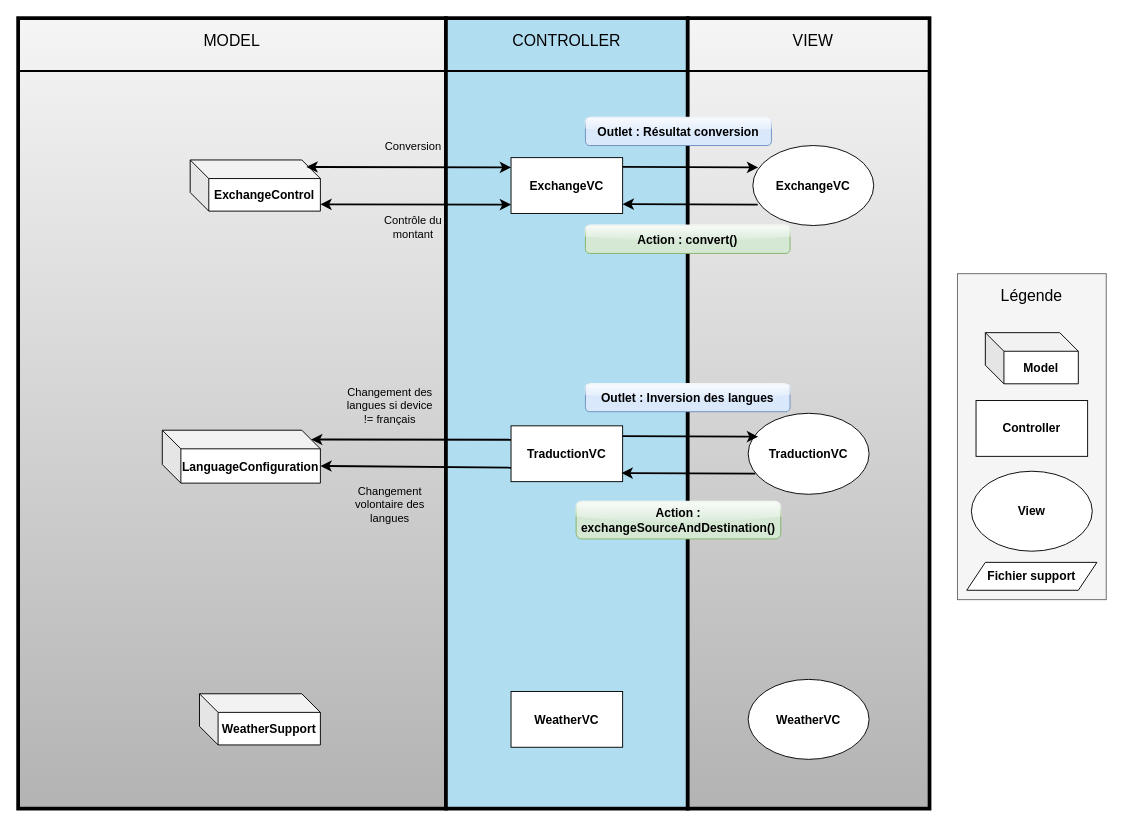
MickaeliOS/OpenClassrooms-P9-LeBaluchon keeps this draw.io diagram as Divers/structure_mvc_2.drawio. Above is the earlier version. Source tidied: cells renumbered, new cells numbered last; positions are measured from the earlier drawing's top-left corner, leaving out a move shared by most shapes. Both pictures are drawn from the tidied source at 93%, with x=0, y=0 at pixel (18, 18).
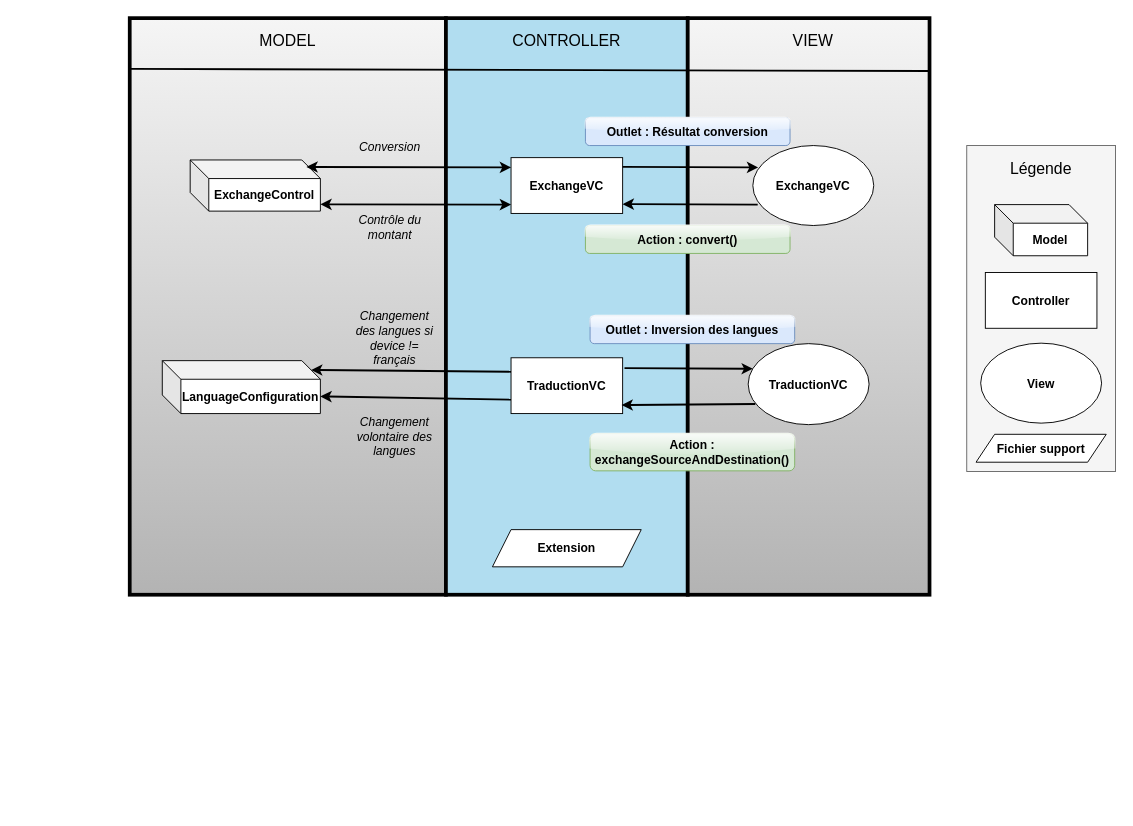
After the change.

Change to the diagram source:
```diff
@@
     <mxCell id="3" style="rounded=0;whiteSpace=wrap;html=1;strokeWidth=4;fillColor=#f5f5f5;strokeColor=#000000;shadow=0;sketch=0;glass=0;fillStyle=auto;fontColor=#333333;gradientColor=#B3B3B3;" parent="1" vertex="1">
-      <mxGeometry width="460" height="850" as="geometry" />
+      <mxGeometry x="120" width="340" height="620" as="geometry" />
     </mxCell>
     <mxCell id="4" style="rounded=0;whiteSpace=wrap;html=1;fillColor=#b1ddf0;strokeColor=default;strokeWidth=4;glass=0;" parent="1" vertex="1">
-      <mxGeometry x="460" width="260" height="850" as="geometry" />
+      <mxGeometry x="460" width="260" height="620" as="geometry" />
     </mxCell>
     <mxCell id="5" style="rounded=0;whiteSpace=wrap;html=1;strokeWidth=4;fillColor=#f5f5f5;strokeColor=#000000;glass=0;sketch=0;shadow=0;fontColor=#333333;gradientColor=#B3B3B3;" parent="1" vertex="1">
-      <mxGeometry x="720" width="260" height="850" as="geometry" />
+      <mxGeometry x="720" width="260" height="620" as="geometry" />
     </mxCell>
     <mxCell id="6" value="MODEL" style="text;html=1;strokeColor=none;fillColor=none;align=center;verticalAlign=middle;whiteSpace=wrap;rounded=0;strokeWidth=1;fontSize=17;" parent="1" vertex="1">
-      <mxGeometry x="200" y="10" width="60" height="30" as="geometry" />
+      <mxGeometry x="260" y="10" width="60" height="30" as="geometry" />
     </mxCell>
@@
-    <mxCell id="9" style="endArrow=none;html=1;rounded=0;strokeWidth=2;entryX=1;entryY=0.067;entryDx=0;entryDy=0;entryPerimeter=0;exitX=0;exitY=0.067;exitDx=0;exitDy=0;exitPerimeter=0;" parent="1" edge="1">
+    <mxCell id="9" style="endArrow=none;html=1;rounded=0;strokeWidth=2;entryX=1;entryY=0.067;entryDx=0;entryDy=0;entryPerimeter=0;exitX=-0.005;exitY=0.088;exitDx=0;exitDy=0;exitPerimeter=0;" parent="1" edge="1" source="3">
       <mxGeometry relative="1" as="geometry">
-        <mxPoint y="56.9" as="sourcePoint" />
         <mxPoint x="980" y="56.9" as="targetPoint" />
       </mxGeometry>
     </mxCell>
@@
     <mxCell id="11" value="TraductionVC" style="rounded=0;whiteSpace=wrap;html=1;fontStyle=1;fontSize=13;" parent="1" vertex="1">
-      <mxGeometry x="530" y="438.4" width="120" height="60" as="geometry" />
+      <mxGeometry x="530" y="365.2" width="120" height="60" as="geometry" />
     </mxCell>
-    <mxCell id="12" value="WeatherVC" style="rounded=0;whiteSpace=wrap;html=1;fontStyle=1;fontSize=13;" parent="1" vertex="1">
-      <mxGeometry x="530" y="724" width="120" height="60" as="geometry" />
-    </mxCell>
@@
     <mxCell id="14" value="TraductionVC" style="ellipse;whiteSpace=wrap;html=1;fontStyle=1;fontSize=13;" parent="1" vertex="1">
-      <mxGeometry x="785" y="424.9" width="130" height="87.1" as="geometry" />
+      <mxGeometry x="785" y="350" width="130" height="87.1" as="geometry" />
     </mxCell>
-    <mxCell id="15" value="WeatherVC" style="ellipse;whiteSpace=wrap;html=1;fontStyle=1;fontSize=13;" parent="1" vertex="1">
-      <mxGeometry x="785" y="711" width="130" height="86" as="geometry" />
-    </mxCell>
     <mxCell id="16" style="rounded=0;whiteSpace=wrap;html=1;shadow=0;glass=0;labelBackgroundColor=none;sketch=0;fillStyle=auto;strokeColor=#666666;strokeWidth=1;fontSize=13;fontColor=#333333;fillColor=#f5f5f5;" parent="1" vertex="1">
-      <mxGeometry x="1010" y="274.8" width="160" height="350.5" as="geometry" />
+      <mxGeometry x="1020" y="137" width="160" height="350.5" as="geometry" />
     </mxCell>
     <mxCell id="17" value="Model" style="shape=cube;whiteSpace=wrap;html=1;boundedLbl=1;backgroundOutline=1;darkOpacity=0.05;darkOpacity2=0.1;fontSize=13;fontStyle=1;" parent="1" vertex="1">
-      <mxGeometry x="1040" y="338.2" width="100" height="55" as="geometry" />
+      <mxGeometry x="1050" y="200.5" width="100" height="55" as="geometry" />
     </mxCell>
     <mxCell id="18" value="Controller" style="rounded=0;whiteSpace=wrap;html=1;fontSize=13;fontStyle=1;" parent="1" vertex="1">
-      <mxGeometry x="1030" y="411.2" width="120" height="60" as="geometry" />
+      <mxGeometry x="1040" y="273.5" width="120" height="60" as="geometry" />
     </mxCell>
     <mxCell id="19" value="View" style="ellipse;whiteSpace=wrap;html=1;fontSize=13;fontStyle=1;" parent="1" vertex="1">
-      <mxGeometry x="1025" y="487.2" width="130" height="86" as="geometry" />
+      <mxGeometry x="1035" y="349.5" width="130" height="86" as="geometry" />
     </mxCell>
     <mxCell id="20" value="Fichier support" style="shape=parallelogram;perimeter=parallelogramPerimeter;whiteSpace=wrap;html=1;fixedSize=1;fontSize=13;fontStyle=1;" parent="1" vertex="1">
-      <mxGeometry x="1020" y="585.2" width="140" height="30" as="geometry" />
+      <mxGeometry x="1030" y="447.5" width="140" height="30" as="geometry" />
     </mxCell>
     <mxCell id="21" value="Légende" style="text;html=1;strokeColor=none;fillColor=none;align=center;verticalAlign=middle;whiteSpace=wrap;rounded=0;shadow=0;glass=0;labelBackgroundColor=none;sketch=0;fillStyle=auto;strokeWidth=1;fontSize=17;fontColor=#000000;" parent="1" vertex="1">
-      <mxGeometry x="1060" y="285.2" width="60" height="30" as="geometry" />
+      <mxGeometry x="1070" y="147.5" width="60" height="30" as="geometry" />
     </mxCell>
@@
     <mxCell id="25" value="LanguageConfiguration" style="shape=cube;whiteSpace=wrap;html=1;boundedLbl=1;backgroundOutline=1;darkOpacity=0.05;darkOpacity2=0.1;fontSize=13;fontStyle=1;" parent="1" vertex="1">
-      <mxGeometry x="155" y="443.1" width="170" height="56.9" as="geometry" />
+      <mxGeometry x="155" y="368.3" width="170" height="56.9" as="geometry" />
     </mxCell>
-    <mxCell id="26" value="WeatherSupport" style="shape=cube;whiteSpace=wrap;html=1;boundedLbl=1;backgroundOutline=1;darkOpacity=0.05;darkOpacity2=0.1;fontSize=13;fontStyle=1;" parent="1" vertex="1">
-      <mxGeometry x="195" y="726.5" width="130" height="55" as="geometry" />
-    </mxCell>
@@
-    <mxCell id="32" value="Contrôle du montant" style="text;html=1;strokeColor=none;fillColor=none;align=center;verticalAlign=middle;whiteSpace=wrap;rounded=0;" parent="1" vertex="1">
-      <mxGeometry x="370" y="210" width="110" height="30" as="geometry" />
+    <mxCell id="32" value="Contrôle du montant" style="text;html=1;strokeColor=none;fillColor=none;align=center;verticalAlign=middle;whiteSpace=wrap;rounded=0;fontSize=13;fontStyle=2;" parent="1" vertex="1">
+      <mxGeometry x="345" y="210" width="110" height="30" as="geometry" />
     </mxCell>
-    <mxCell id="33" value="Conversion" style="text;html=1;strokeColor=none;fillColor=none;align=center;verticalAlign=middle;whiteSpace=wrap;rounded=0;" parent="1" vertex="1">
-      <mxGeometry x="370" y="122.5" width="110" height="30" as="geometry" />
+    <mxCell id="33" value="Conversion" style="text;html=1;strokeColor=none;fillColor=none;align=center;verticalAlign=middle;whiteSpace=wrap;rounded=0;fontSize=13;fontStyle=2;" parent="1" vertex="1">
+      <mxGeometry x="345" y="122.5" width="110" height="30" as="geometry" />
     </mxCell>
     <mxCell id="34" value="Outlet : Résultat conversion" style="text;html=1;strokeColor=#6c8ebf;fillColor=#dae8fc;align=center;verticalAlign=middle;whiteSpace=wrap;rounded=1;glass=1;fontSize=13;fontStyle=1;" parent="1" vertex="1">
-      <mxGeometry x="610" y="107" width="200" height="30" as="geometry" />
+      <mxGeometry x="610" y="107" width="220" height="30" as="geometry" />
     </mxCell>
@@
     <mxCell id="36" value="Action : exchangeSourceAndDestination()" style="text;html=1;strokeColor=#82b366;fillColor=#d5e8d4;align=center;verticalAlign=middle;whiteSpace=wrap;rounded=1;glass=1;fontSize=13;fontStyle=1;" parent="1" vertex="1">
-      <mxGeometry x="600" y="520" width="220" height="40" as="geometry" />
+      <mxGeometry x="615" y="446.8" width="220" height="40" as="geometry" />
     </mxCell>
-    <mxCell id="37" value="Changement volontaire des langues" style="text;html=1;strokeColor=none;fillColor=none;align=center;verticalAlign=middle;whiteSpace=wrap;rounded=0;" parent="1" vertex="1">
-      <mxGeometry x="350" y="498.4" width="100" height="50" as="geometry" />
+    <mxCell id="37" value="Changement volontaire des langues" style="text;html=1;strokeColor=none;fillColor=none;align=center;verticalAlign=middle;whiteSpace=wrap;rounded=0;fontSize=13;fontStyle=2;" parent="1" vertex="1">
+      <mxGeometry x="355" y="425.2" width="100" height="50" as="geometry" />
     </mxCell>
-    <mxCell id="38" value="Changement des langues si device != français" style="text;html=1;strokeColor=none;fillColor=none;align=center;verticalAlign=middle;whiteSpace=wrap;rounded=0;" parent="1" vertex="1">
-      <mxGeometry x="350" y="395.3" width="100" height="43.1" as="geometry" />
+    <mxCell id="38" value="Changement des langues si device != français" style="text;html=1;strokeColor=none;fillColor=none;align=center;verticalAlign=middle;whiteSpace=wrap;rounded=0;fontSize=13;fontStyle=2;" parent="1" vertex="1">
+      <mxGeometry x="355" y="322.1" width="100" height="43.1" as="geometry" />
     </mxCell>
     <mxCell id="39" value="Outlet : Inversion des langues" style="text;html=1;strokeColor=#6c8ebf;fillColor=#dae8fc;align=center;verticalAlign=middle;whiteSpace=wrap;rounded=1;glass=1;fontSize=13;fontStyle=1;" parent="1" vertex="1">
-      <mxGeometry x="610" y="393.2" width="220" height="30" as="geometry" />
+      <mxGeometry x="615" y="320" width="220" height="30" as="geometry" />
     </mxCell>
-    <mxCell id="40" style="edgeStyle=none;rounded=0;orthogonalLoop=1;jettySize=auto;html=1;exitX=1;exitY=0;exitDx=0;exitDy=0;strokeWidth=2;entryX=0.044;entryY=0.273;entryDx=0;entryDy=0;entryPerimeter=0;" parent="1" edge="1">
+    <mxCell id="40" style="edgeStyle=none;rounded=0;orthogonalLoop=1;jettySize=auto;html=1;exitX=1;exitY=0;exitDx=0;exitDy=0;strokeWidth=2;" parent="1" edge="1">
       <mxGeometry relative="1" as="geometry">
-        <mxPoint x="650" y="449.5" as="sourcePoint" />
-        <mxPoint x="795.7" y="450" as="targetPoint" />
+        <mxPoint x="652" y="376.3" as="sourcePoint" />
+        <mxPoint x="790" y="377" as="targetPoint" />
       </mxGeometry>
     </mxCell>
+    <mxCell id="41" value="Extension" style="shape=parallelogram;perimeter=parallelogramPerimeter;whiteSpace=wrap;html=1;fixedSize=1;fontSize=13;fontStyle=1;" parent="1" vertex="1">
+      <mxGeometry x="510" y="550" width="160" height="40" as="geometry" />
+    </mxCell>
```
